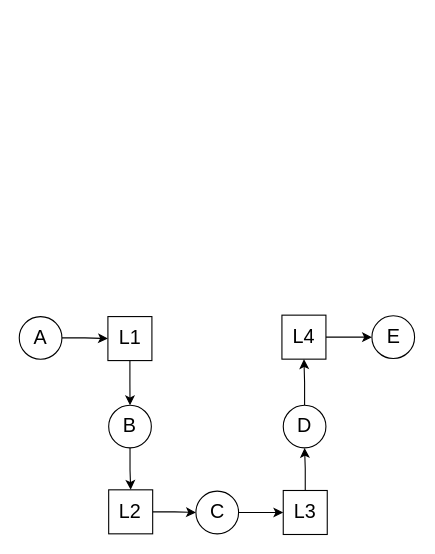
The draw.io diagram paper/assets/pi_chain.drawio in danieldietzler/linux-internals-proseminar, before the edit. Source tidied: cells renumbered, new cells numbered last; positions are measured from the earlier drawing's top-left corner, leaving out a move shared by most shapes. Both pictures are drawn from the tidied source at 110%, with x=0, y=0 at pixel (19, 315).
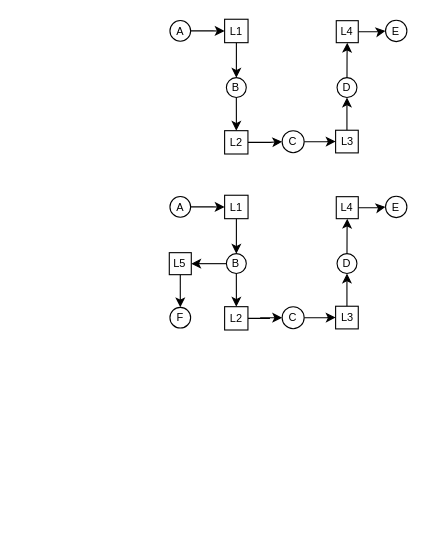
After the change.

The edit, as a diff of the source:
```diff
@@
-    <mxCell id="3" value="&lt;font style=&quot;font-size: 18px;&quot;&gt;L1&lt;/font&gt;" style="whiteSpace=wrap;html=1;" parent="1" vertex="1">
-      <mxGeometry x="80.6" y="1.3" width="40" height="40" as="geometry" />
+    <mxCell id="3" value="&lt;font style=&quot;font-size: 10px;&quot;&gt;L1&lt;/font&gt;" style="whiteSpace=wrap;html=1;" parent="1" vertex="1">
+      <mxGeometry x="186.7" y="-269" width="21.3" height="21.3" as="geometry" />
     </mxCell>
@@
-    <mxCell id="5" value="&lt;font style=&quot;font-size: 18px;&quot;&gt;A&lt;/font&gt;" style="ellipse;whiteSpace=wrap;html=1;" parent="1" vertex="1">
-      <mxGeometry y="1.3" width="38.8" height="38.8" as="geometry" />
+    <mxCell id="5" value="&lt;font style=&quot;font-size: 10px;&quot;&gt;A&lt;/font&gt;" style="ellipse;whiteSpace=wrap;html=1;" parent="1" vertex="1">
+      <mxGeometry x="137" y="-267.8" width="18.8" height="18.8" as="geometry" />
     </mxCell>
@@
-    <mxCell id="7" value="&lt;font style=&quot;font-size: 18px;&quot;&gt;L4&lt;/font&gt;" style="whiteSpace=wrap;html=1;" parent="1" vertex="1">
-      <mxGeometry x="238.8" width="40" height="40" as="geometry" />
+    <mxCell id="7" value="&lt;font style=&quot;font-size: 10px;&quot;&gt;L4&lt;/font&gt;" style="whiteSpace=wrap;html=1;" parent="1" vertex="1">
+      <mxGeometry x="288.2" y="-267.7" width="20" height="20" as="geometry" />
     </mxCell>
@@
-    <mxCell id="9" value="&lt;font style=&quot;font-size: 18px;&quot;&gt;L2&lt;/font&gt;" style="whiteSpace=wrap;html=1;" parent="1" vertex="1">
-      <mxGeometry x="81.3" y="158.8" width="40" height="40" as="geometry" />
+    <mxCell id="9" value="&lt;font style=&quot;font-size: 10px;&quot;&gt;L2&lt;/font&gt;" style="whiteSpace=wrap;html=1;" parent="1" vertex="1">
+      <mxGeometry x="186.7" y="-167.7" width="21.2" height="21.2" as="geometry" />
     </mxCell>
@@
-    <mxCell id="11" value="&lt;font style=&quot;font-size: 18px;&quot;&gt;L3&lt;/font&gt;" style="whiteSpace=wrap;html=1;" parent="1" vertex="1">
-      <mxGeometry x="240" y="159.4" width="40" height="40" as="geometry" />
+    <mxCell id="11" value="&lt;font style=&quot;font-size: 10px;&quot;&gt;L3&lt;/font&gt;" style="whiteSpace=wrap;html=1;" parent="1" vertex="1">
+      <mxGeometry x="287.6" y="-168.1" width="20.6" height="20.6" as="geometry" />
     </mxCell>
@@
-    <mxCell id="13" value="&lt;font style=&quot;font-size: 18px;&quot;&gt;D&lt;/font&gt;" style="ellipse;whiteSpace=wrap;html=1;" parent="1" vertex="1">
-      <mxGeometry x="240" y="81.9" width="38.8" height="38.8" as="geometry" />
+    <mxCell id="13" value="&lt;font style=&quot;font-size: 10px;&quot;&gt;D&lt;/font&gt;" style="ellipse;whiteSpace=wrap;html=1;" parent="1" vertex="1">
+      <mxGeometry x="288.9" y="-215.9" width="18.1" height="18.1" as="geometry" />
     </mxCell>
@@
-    <mxCell id="15" value="&lt;font style=&quot;font-size: 18px;&quot;&gt;B&lt;/font&gt;" style="ellipse;whiteSpace=wrap;html=1;" parent="1" vertex="1">
-      <mxGeometry x="81.3" y="81.9" width="38.8" height="38.8" as="geometry" />
+    <mxCell id="15" value="&lt;font style=&quot;font-size: 10px;&quot;&gt;B&lt;/font&gt;" style="ellipse;whiteSpace=wrap;html=1;" parent="1" vertex="1">
+      <mxGeometry x="188.3" y="-215.9" width="18.1" height="18.1" as="geometry" />
     </mxCell>
@@
-    <mxCell id="17" value="&lt;font style=&quot;font-size: 18px;&quot;&gt;C&lt;/font&gt;" style="ellipse;whiteSpace=wrap;html=1;" parent="1" vertex="1">
-      <mxGeometry x="160.6" y="160" width="38.8" height="38.8" as="geometry" />
+    <mxCell id="17" value="&lt;font style=&quot;font-size: 10px;&quot;&gt;C&lt;/font&gt;" style="ellipse;whiteSpace=wrap;html=1;" parent="1" vertex="1">
+      <mxGeometry x="239" y="-167.7" width="20" height="20" as="geometry" />
     </mxCell>
-    <mxCell id="18" value="&lt;font style=&quot;font-size: 18px;&quot;&gt;E&lt;/font&gt;" style="ellipse;whiteSpace=wrap;html=1;" parent="1" vertex="1">
-      <mxGeometry x="320.6" y="0.6" width="38.8" height="38.8" as="geometry" />
+    <mxCell id="18" value="&lt;font style=&quot;font-size: 10px;&quot;&gt;E&lt;/font&gt;" style="ellipse;whiteSpace=wrap;html=1;" parent="1" vertex="1">
+      <mxGeometry x="333" y="-268.1" width="19.4" height="19.4" as="geometry" />
     </mxCell>
+    <mxCell id="19" style="edgeStyle=orthogonalEdgeStyle;rounded=0;jettySize=auto;html=1;entryX=0.5;entryY=0;entryDx=0;entryDy=0;" parent="1" edge="1" source="20" target="33">
+      <mxGeometry relative="1" as="geometry" />
+    </mxCell>
+    <mxCell id="20" value="&lt;font style=&quot;font-size: 10px;&quot;&gt;L1&lt;/font&gt;" style="whiteSpace=wrap;html=1;" parent="1" vertex="1">
+      <mxGeometry x="186.7" y="-109" width="21.3" height="21.3" as="geometry" />
+    </mxCell>
+    <mxCell id="21" style="edgeStyle=orthogonalEdgeStyle;rounded=0;jettySize=auto;html=1;entryX=0;entryY=0.5;entryDx=0;entryDy=0;" parent="1" edge="1" source="22" target="20">
+      <mxGeometry relative="1" as="geometry" />
+    </mxCell>
+    <mxCell id="22" value="&lt;font style=&quot;font-size: 10px;&quot;&gt;A&lt;/font&gt;" style="ellipse;whiteSpace=wrap;html=1;" parent="1" vertex="1">
+      <mxGeometry x="137" y="-107.8" width="18.8" height="18.8" as="geometry" />
+    </mxCell>
+    <mxCell id="23" style="edgeStyle=orthogonalEdgeStyle;rounded=0;jettySize=auto;html=1;" parent="1" edge="1" source="24" target="36">
+      <mxGeometry relative="1" as="geometry" />
+    </mxCell>
+    <mxCell id="24" value="&lt;font style=&quot;font-size: 10px;&quot;&gt;L4&lt;/font&gt;" style="whiteSpace=wrap;html=1;" parent="1" vertex="1">
+      <mxGeometry x="288.2" y="-107.7" width="20" height="20" as="geometry" />
+    </mxCell>
+    <mxCell id="25" style="edgeStyle=orthogonalEdgeStyle;rounded=0;jettySize=auto;html=1;" parent="1" edge="1" source="26" target="35">
+      <mxGeometry relative="1" as="geometry" />
+    </mxCell>
+    <mxCell id="26" value="&lt;font style=&quot;font-size: 10px;&quot;&gt;L2&lt;/font&gt;" style="whiteSpace=wrap;html=1;" parent="1" vertex="1">
+      <mxGeometry x="186.7" y="-7.7" width="21.2" height="21.2" as="geometry" />
+    </mxCell>
+    <mxCell id="27" style="edgeStyle=orthogonalEdgeStyle;rounded=0;jettySize=auto;html=1;" parent="1" edge="1" source="28" target="30">
+      <mxGeometry relative="1" as="geometry" />
+    </mxCell>
+    <mxCell id="28" value="&lt;font style=&quot;font-size: 10px;&quot;&gt;L3&lt;/font&gt;" style="whiteSpace=wrap;html=1;" parent="1" vertex="1">
+      <mxGeometry x="287.6" y="-8.1" width="20.6" height="20.6" as="geometry" />
+    </mxCell>
+    <mxCell id="29" style="edgeStyle=orthogonalEdgeStyle;rounded=0;jettySize=auto;html=1;" parent="1" edge="1" source="30" target="24">
+      <mxGeometry relative="1" as="geometry" />
+    </mxCell>
+    <mxCell id="30" value="&lt;font style=&quot;font-size: 10px;&quot;&gt;D&lt;/font&gt;" style="ellipse;whiteSpace=wrap;html=1;" parent="1" vertex="1">
+      <mxGeometry x="288.9" y="-55.9" width="18.1" height="18.1" as="geometry" />
+    </mxCell>
+    <mxCell id="31" style="edgeStyle=orthogonalEdgeStyle;rounded=0;jettySize=auto;html=1;" parent="1" edge="1" source="33" target="26">
+      <mxGeometry relative="1" as="geometry" />
+    </mxCell>
+    <mxCell id="32" style="edgeStyle=orthogonalEdgeStyle;rounded=0;jettySize=auto;html=1;" parent="1" edge="1" source="33" target="38">
+      <mxGeometry relative="1" as="geometry" />
+    </mxCell>
+    <mxCell id="33" value="&lt;font style=&quot;font-size: 10px;&quot;&gt;B&lt;/font&gt;" style="ellipse;whiteSpace=wrap;html=1;" parent="1" vertex="1">
+      <mxGeometry x="188.3" y="-55.9" width="18.1" height="18.1" as="geometry" />
+    </mxCell>
+    <mxCell id="34" style="edgeStyle=orthogonalEdgeStyle;rounded=0;jettySize=auto;html=1;" parent="1" edge="1" source="35" target="28">
+      <mxGeometry relative="1" as="geometry" />
+    </mxCell>
+    <mxCell id="35" value="&lt;font style=&quot;font-size: 10px;&quot;&gt;C&lt;/font&gt;" style="ellipse;whiteSpace=wrap;html=1;" parent="1" vertex="1">
+      <mxGeometry x="239" y="-7.7" width="20" height="20" as="geometry" />
+    </mxCell>
+    <mxCell id="36" value="&lt;font style=&quot;font-size: 10px;&quot;&gt;E&lt;/font&gt;" style="ellipse;whiteSpace=wrap;html=1;" parent="1" vertex="1">
+      <mxGeometry x="333" y="-108.1" width="19.4" height="19.4" as="geometry" />
+    </mxCell>
+    <mxCell id="37" style="edgeStyle=orthogonalEdgeStyle;rounded=0;jettySize=auto;html=1;" parent="1" edge="1" source="38" target="39">
+      <mxGeometry relative="1" as="geometry" />
+    </mxCell>
+    <mxCell id="38" value="&lt;font style=&quot;font-size: 10px;&quot;&gt;L5&lt;/font&gt;" style="whiteSpace=wrap;html=1;" parent="1" vertex="1">
+      <mxGeometry x="136.4" y="-56.8" width="20" height="20" as="geometry" />
+    </mxCell>
+    <mxCell id="39" value="&lt;font style=&quot;font-size: 10px;&quot;&gt;F&lt;/font&gt;" style="ellipse;whiteSpace=wrap;html=1;" parent="1" vertex="1">
+      <mxGeometry x="137" y="-7.1" width="18.8" height="18.8" as="geometry" />
+    </mxCell>
```
